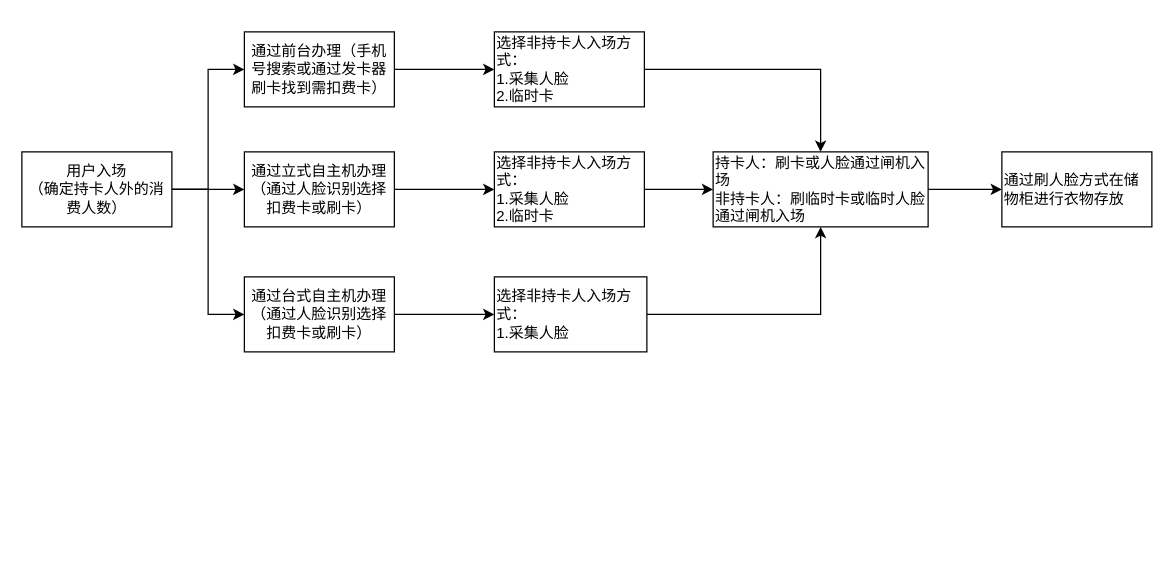
This is projects/1.体育场馆/多人单卡流程.drawio from lxChina/flowFile, a draw.io file, before an edit. Source tidied: cells renumbered, new cells numbered last; positions are measured from the earlier drawing's top-left corner, leaving out a move shared by most shapes. Both pictures are drawn from the tidied source at 125%, with x=0, y=0 at pixel (21, 31).
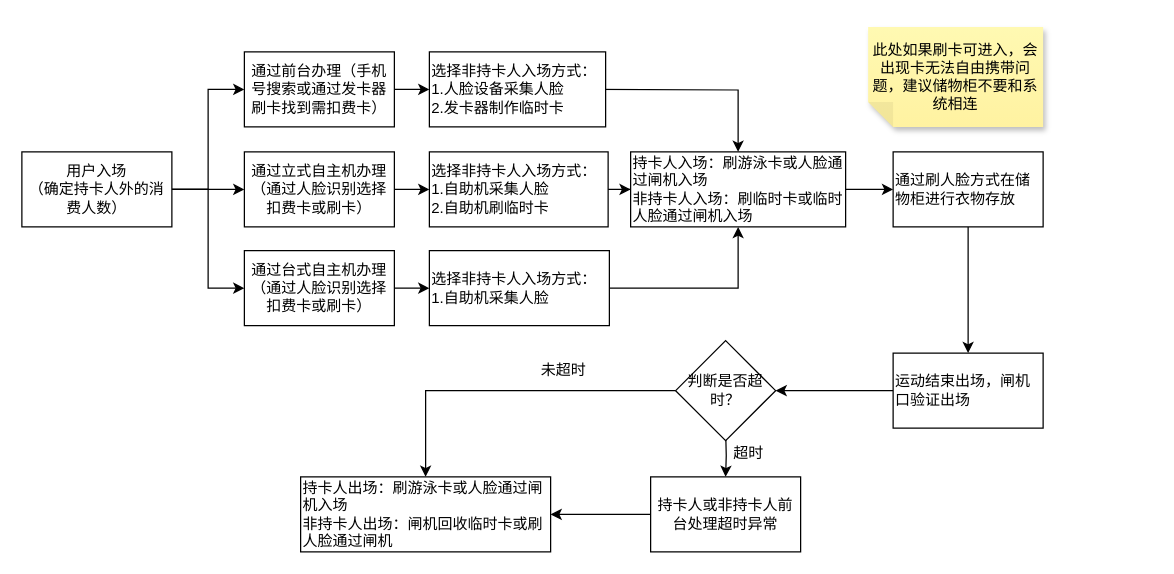
The same page after the edit.

Commit message (it also covers changes not shown here):
更新多人单卡流程.drawio

Change to the diagram source:
```diff
@@
     <mxCell id="9" value="通过前台办理（手机号搜索或通过发卡器刷卡找到需扣费卡）" style="whiteSpace=wrap;html=1;rounded=0;" parent="1" vertex="1">
-      <mxGeometry x="178" width="120" height="60" as="geometry" />
+      <mxGeometry x="178" y="16" width="120" height="60" as="geometry" />
     </mxCell>
@@
     <mxCell id="11" value="通过台式自主机办理（通过人脸识别选择扣费卡或刷卡）" style="whiteSpace=wrap;html=1;rounded=0;" parent="1" vertex="1">
-      <mxGeometry x="178" y="196" width="120" height="60" as="geometry" />
+      <mxGeometry x="178" y="175" width="120" height="60" as="geometry" />
     </mxCell>
-    <mxCell id="12" style="edgeStyle=orthogonalEdgeStyle;rounded=0;jettySize=auto;html=1;exitX=1;exitY=0.5;exitDx=0;exitDy=0;entryX=0.5;entryY=0;entryDx=0;entryDy=0;" parent="1" edge="1" source="13" target="19">
-      <mxGeometry relative="1" as="geometry" />
+    <mxCell id="12" style="edgeStyle=orthogonalEdgeStyle;rounded=0;jettySize=auto;html=1;entryX=0.5;entryY=0;entryDx=0;entryDy=0;" parent="1" edge="1" target="19">
+      <mxGeometry relative="1" as="geometry">
+        <mxPoint x="459" y="46" as="sourcePoint" />
+      </mxGeometry>
     </mxCell>
-    <mxCell id="13" value="&lt;div style=&quot;&quot;&gt;&lt;span style=&quot;background-color: initial;&quot;&gt;选择非持卡人入场方式：&lt;/span&gt;&lt;/div&gt;1.采集人脸&lt;br&gt;2.临时卡" style="whiteSpace=wrap;html=1;rounded=0;align=left;" parent="1" vertex="1">
-      <mxGeometry x="378" width="120" height="60" as="geometry" />
+    <mxCell id="13" value="&lt;div style=&quot;&quot;&gt;&lt;span style=&quot;background-color: initial;&quot;&gt;选择非持卡人入场方式：&lt;/span&gt;&lt;/div&gt;1.人脸设备采集人脸&lt;br&gt;2.发卡器制作临时卡" style="whiteSpace=wrap;html=1;rounded=0;align=left;" parent="1" vertex="1">
+      <mxGeometry x="326" y="16" width="141" height="60" as="geometry" />
     </mxCell>
@@
-    <mxCell id="15" value="&lt;div style=&quot;border-color: var(--border-color);&quot;&gt;选择非持卡人入场方式：&lt;/div&gt;&lt;span style=&quot;&quot;&gt;1.采集人脸&lt;/span&gt;&lt;br style=&quot;border-color: var(--border-color);&quot;&gt;&lt;span style=&quot;&quot;&gt;2.临时卡&lt;/span&gt;" style="whiteSpace=wrap;html=1;rounded=0;align=left;" parent="1" vertex="1">
-      <mxGeometry x="378" y="96" width="120" height="60" as="geometry" />
+    <mxCell id="15" value="&lt;div style=&quot;border-color: var(--border-color);&quot;&gt;选择非持卡人入场方式：&lt;/div&gt;&lt;span style=&quot;&quot;&gt;1.自助机采集人脸&lt;/span&gt;&lt;br style=&quot;border-color: var(--border-color);&quot;&gt;&lt;span style=&quot;&quot;&gt;2.自助机刷临时卡&lt;/span&gt;" style="whiteSpace=wrap;html=1;rounded=0;align=left;" parent="1" vertex="1">
+      <mxGeometry x="326" y="96" width="143" height="60" as="geometry" />
     </mxCell>
@@
-    <mxCell id="17" value="&lt;div style=&quot;border-color: var(--border-color);&quot;&gt;选择非持卡人入场方式：&lt;/div&gt;&lt;span style=&quot;&quot;&gt;1.采集人脸&lt;/span&gt;" style="whiteSpace=wrap;html=1;rounded=0;align=left;" parent="1" vertex="1">
-      <mxGeometry x="378" y="196" width="122" height="60" as="geometry" />
+    <mxCell id="17" value="&lt;div style=&quot;border-color: var(--border-color);&quot;&gt;选择非持卡人入场方式：&lt;/div&gt;&lt;span style=&quot;&quot;&gt;1.自助机采集人脸&lt;/span&gt;" style="whiteSpace=wrap;html=1;rounded=0;align=left;" parent="1" vertex="1">
+      <mxGeometry x="326" y="175" width="144" height="60" as="geometry" />
     </mxCell>
@@
-    <mxCell id="19" value="&lt;div style=&quot;&quot;&gt;&lt;span style=&quot;background-color: initial;&quot;&gt;持卡人：刷卡或人脸通过闸机入场&lt;/span&gt;&lt;/div&gt;&lt;div style=&quot;&quot;&gt;&lt;span style=&quot;background-color: initial;&quot;&gt;非持卡人：刷临时卡或临时人脸通过闸机入场&lt;/span&gt;&lt;/div&gt;" style="whiteSpace=wrap;html=1;rounded=0;align=left;" parent="1" vertex="1">
-      <mxGeometry x="553" y="96" width="172" height="60" as="geometry" />
+    <mxCell id="19" value="&lt;div style=&quot;&quot;&gt;&lt;span style=&quot;background-color: initial;&quot;&gt;持卡人入场：刷游泳卡或人脸通过闸机入场&lt;/span&gt;&lt;/div&gt;&lt;div style=&quot;&quot;&gt;&lt;span style=&quot;background-color: initial;&quot;&gt;非持卡人入场：刷临时卡或临时人脸通过闸机入场&lt;/span&gt;&lt;/div&gt;" style="whiteSpace=wrap;html=1;rounded=0;align=left;" parent="1" vertex="1">
+      <mxGeometry x="487" y="96" width="172" height="60" as="geometry" />
     </mxCell>
+    <mxCell id="21" style="edgeStyle=orthogonalEdgeStyle;rounded=0;jettySize=auto;html=1;" parent="1" edge="1" source="20" target="24">
+      <mxGeometry relative="1" as="geometry" />
+    </mxCell>
     <mxCell id="20" value="通过刷人脸方式在储物柜进行衣物存放" style="whiteSpace=wrap;html=1;align=left;rounded=0;" parent="1" vertex="1">
-      <mxGeometry x="784" y="96" width="120" height="60" as="geometry" />
+      <mxGeometry x="697" y="96" width="120" height="60" as="geometry" />
     </mxCell>
+    <mxCell id="22" value="此处如果刷卡可进入，会出现卡无法自由携带问题，建议储物柜不要和系统相连" style="shape=note;whiteSpace=wrap;html=1;backgroundOutline=1;fontColor=#000000;darkOpacity=0.05;fillColor=#FFF9B2;strokeColor=none;fillStyle=solid;direction=west;gradientDirection=north;gradientColor=#FFF2A1;shadow=1;size=20;" parent="1" vertex="1">
+      <mxGeometry x="677" y="-4" width="140" height="80" as="geometry" />
+    </mxCell>
+    <mxCell id="23" style="edgeStyle=orthogonalEdgeStyle;rounded=0;jettySize=auto;html=1;exitX=0;exitY=0.5;exitDx=0;exitDy=0;" parent="1" edge="1" source="24" target="27">
+      <mxGeometry relative="1" as="geometry" />
+    </mxCell>
+    <mxCell id="24" value="运动结束出场，闸机口验证出场" style="whiteSpace=wrap;html=1;align=left;rounded=0;" parent="1" vertex="1">
+      <mxGeometry x="697" y="257" width="120" height="60" as="geometry" />
+    </mxCell>
+    <mxCell id="25" style="edgeStyle=orthogonalEdgeStyle;rounded=0;jettySize=auto;html=1;" parent="1" edge="1" target="29">
+      <mxGeometry relative="1" as="geometry">
+        <mxPoint x="563" y="318" as="sourcePoint" />
+      </mxGeometry>
+    </mxCell>
+    <mxCell id="26" style="edgeStyle=orthogonalEdgeStyle;rounded=0;jettySize=auto;html=1;exitX=0;exitY=0.5;exitDx=0;exitDy=0;" parent="1" edge="1" source="27" target="31">
+      <mxGeometry relative="1" as="geometry" />
+    </mxCell>
+    <mxCell id="27" value="判断是否超时？" style="rhombus;whiteSpace=wrap;html=1;rounded=0;" parent="1" vertex="1">
+      <mxGeometry x="523" y="247" width="80" height="80" as="geometry" />
+    </mxCell>
+    <mxCell id="28" style="edgeStyle=orthogonalEdgeStyle;rounded=0;jettySize=auto;html=1;" parent="1" edge="1" source="29" target="31">
+      <mxGeometry relative="1" as="geometry" />
+    </mxCell>
+    <mxCell id="29" value="持卡人或非持卡人前台处理超时异常" style="whiteSpace=wrap;html=1;rounded=0;" parent="1" vertex="1">
+      <mxGeometry x="503" y="356" width="120" height="60" as="geometry" />
+    </mxCell>
+    <mxCell id="30" value="超时" style="text;html=1;align=center;verticalAlign=middle;strokeColor=none;fillColor=none;" parent="1" vertex="1">
+      <mxGeometry x="556" y="322" width="50" height="30" as="geometry" />
+    </mxCell>
+    <mxCell id="31" value="持卡人出场：刷游泳卡或人脸通过闸机入场&lt;br style=&quot;border-color: var(--border-color);&quot;&gt;&lt;span style=&quot;&quot;&gt;非持卡人出场：闸机回收临时卡或刷人脸通过闸机&lt;/span&gt;" style="whiteSpace=wrap;html=1;rounded=0;align=left;" parent="1" vertex="1">
+      <mxGeometry x="223" y="356" width="200" height="60" as="geometry" />
+    </mxCell>
+    <mxCell id="32" value="未超时" style="text;html=1;align=center;verticalAlign=middle;strokeColor=none;fillColor=none;" parent="1" vertex="1">
+      <mxGeometry x="403" y="256" width="60" height="30" as="geometry" />
+    </mxCell>
```
